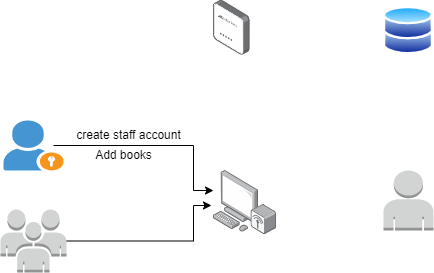
Above: operational_f.png in Jayrou12345/Flowchart (draw.io), before the change. Source tidied: cells renumbered, new cells last; positions are measured from the earlier drawing's top-left corner, leaving out a move shared by most shapes.
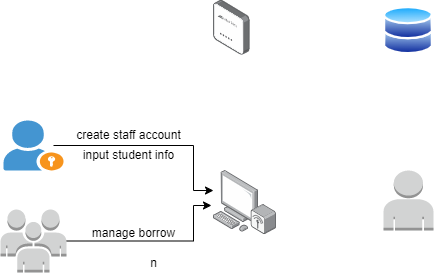
The same file after the commit.

Diff of the diagram source:
```diff
@@ -40,8 +40,14 @@
     <mxCell id="10" value="create staff account" style="text;html=1;align=center;verticalAlign=middle;strokeColor=none;fillColor=none;" parent="1" vertex="1">
       <mxGeometry x="63" y="120" width="130" height="30" as="geometry" />
     </mxCell>
-    <mxCell id="11" value="Add books" style="text;html=1;align=center;verticalAlign=middle;strokeColor=none;fillColor=none;" parent="1" vertex="1">
-      <mxGeometry x="83" y="140" width="80" height="30" as="geometry" />
-    </mxCell>
+    <mxCell id="12" value="manage borrow" style="text;html=1;align=center;verticalAlign=middle;strokeColor=none;fillColor=none;" parent="1" vertex="1">
+      <mxGeometry x="78" y="218" width="110" height="30" as="geometry" />
+    </mxCell>
+    <mxCell id="13" value="input student info" style="text;html=1;align=center;verticalAlign=middle;strokeColor=none;fillColor=none;" parent="1" vertex="1">
+      <mxGeometry x="73" y="140" width="110" height="30" as="geometry" />
+    </mxCell>
+    <mxCell id="14" value="n" style="text;html=1;align=center;verticalAlign=middle;strokeColor=none;fillColor=none;" parent="1" vertex="1">
+      <mxGeometry x="138" y="248" width="30" height="30" as="geometry" />
+    </mxCell>
   </root>
 </mxGraphModel>
```
